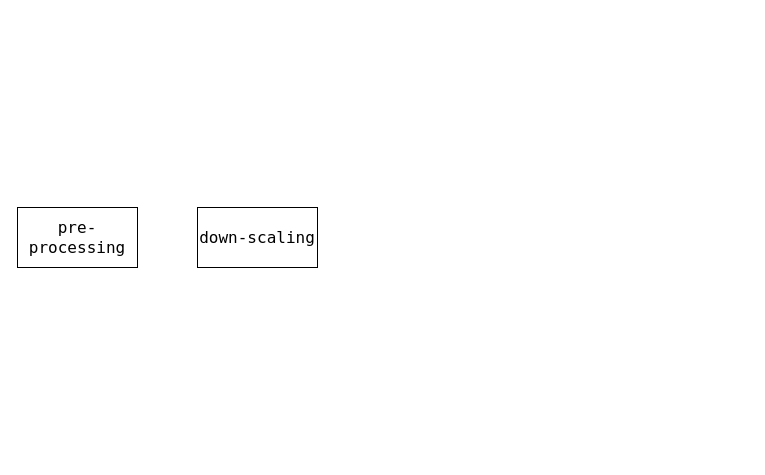
Before: png/ZTE_VCM.drawio in Joeyrr/draw.io, a draw.io diagram. Source tidied: cells renumbered, new cells numbered last; positions are measured from the earlier drawing's top-left corner, leaving out a move shared by most shapes. Both pictures are drawn from the tidied source at 100%, with x=0, y=0 at pixel (17, 207).
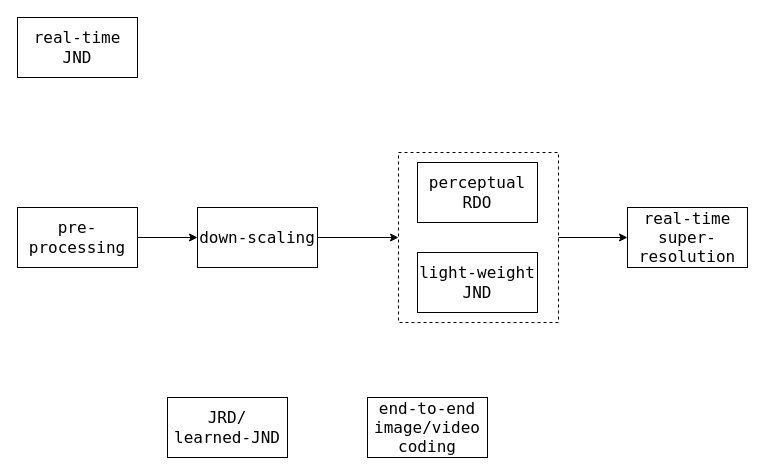
Above is the later version.

What changed in the source:
```diff
@@
 <mxGraphModel>
   <root>
     <mxCell id="0" />
     <mxCell id="1" parent="0" />
+    <mxCell id="4" style="edgeStyle=orthogonalEdgeStyle;rounded=0;jettySize=auto;html=1;fontFamily=Lucida Console;fontSize=16;" parent="1" edge="1" source="2" target="11">
+      <mxGeometry relative="1" as="geometry" />
+    </mxCell>
     <mxCell id="2" value="&lt;font style=&quot;font-size: 16px;&quot; face=&quot;Lucida Console&quot;&gt;down-scaling&lt;/font&gt;" style="rounded=0;whiteSpace=wrap;html=1;" parent="1" vertex="1">
       <mxGeometry x="180" width="120" height="60" as="geometry" />
     </mxCell>
+    <mxCell id="5" style="edgeStyle=orthogonalEdgeStyle;rounded=0;jettySize=auto;html=1;fontFamily=Lucida Console;fontSize=16;" parent="1" edge="1" source="3" target="2">
+      <mxGeometry relative="1" as="geometry" />
+    </mxCell>
     <mxCell id="3" value="&lt;font style=&quot;font-size: 16px;&quot; face=&quot;Lucida Console&quot;&gt;pre-processing&lt;/font&gt;" style="rounded=0;whiteSpace=wrap;html=1;" parent="1" vertex="1">
       <mxGeometry width="120" height="60" as="geometry" />
     </mxCell>
+    <mxCell id="6" value="perceptual&lt;br&gt;RDO" style="rounded=0;whiteSpace=wrap;html=1;fontFamily=Lucida Console;fontSize=16;" parent="1" vertex="1">
+      <mxGeometry x="400" y="-45" width="120" height="60" as="geometry" />
+    </mxCell>
+    <mxCell id="7" value="light-weight&lt;br&gt;JND" style="rounded=0;whiteSpace=wrap;html=1;fontFamily=Lucida Console;fontSize=16;" parent="1" vertex="1">
+      <mxGeometry x="400" y="45" width="120" height="60" as="geometry" />
+    </mxCell>
+    <mxCell id="8" value="&lt;font style=&quot;font-size: 16px;&quot; face=&quot;Lucida Console&quot;&gt;real-time&lt;br&gt;super-resolution&lt;br&gt;&lt;/font&gt;" style="rounded=0;whiteSpace=wrap;html=1;" parent="1" vertex="1">
+      <mxGeometry x="610" width="120" height="60" as="geometry" />
+    </mxCell>
+    <mxCell id="9" value="&lt;font style=&quot;font-size: 16px;&quot; face=&quot;Lucida Console&quot;&gt;real-time&lt;br&gt;JND&lt;br&gt;&lt;/font&gt;" style="rounded=0;whiteSpace=wrap;html=1;" parent="1" vertex="1">
+      <mxGeometry y="-190" width="120" height="60" as="geometry" />
+    </mxCell>
+    <mxCell id="10" style="edgeStyle=orthogonalEdgeStyle;rounded=0;jettySize=auto;html=1;fontFamily=Lucida Console;fontSize=16;" parent="1" edge="1" source="11" target="8">
+      <mxGeometry relative="1" as="geometry" />
+    </mxCell>
+    <mxCell id="11" style="rounded=0;whiteSpace=wrap;html=1;fontFamily=Lucida Console;fontSize=16;dashed=1;fillColor=none;" parent="1" vertex="1">
+      <mxGeometry x="381" y="-55" width="160" height="170" as="geometry" />
+    </mxCell>
+    <mxCell id="12" value="&lt;font style=&quot;font-size: 16px;&quot; face=&quot;Lucida Console&quot;&gt;end-to-end&lt;br&gt;image/video&lt;br&gt;coding&lt;br&gt;&lt;/font&gt;" style="rounded=0;whiteSpace=wrap;html=1;" parent="1" vertex="1">
+      <mxGeometry x="350" y="190" width="120" height="60" as="geometry" />
+    </mxCell>
+    <mxCell id="13" value="&lt;font style=&quot;font-size: 16px;&quot; face=&quot;Lucida Console&quot;&gt;JRD/&lt;br&gt;learned-JND&lt;br&gt;&lt;/font&gt;" style="rounded=0;whiteSpace=wrap;html=1;" parent="1" vertex="1">
+      <mxGeometry x="150" y="190" width="120" height="60" as="geometry" />
+    </mxCell>
   </root>
 </mxGraphModel>
```
